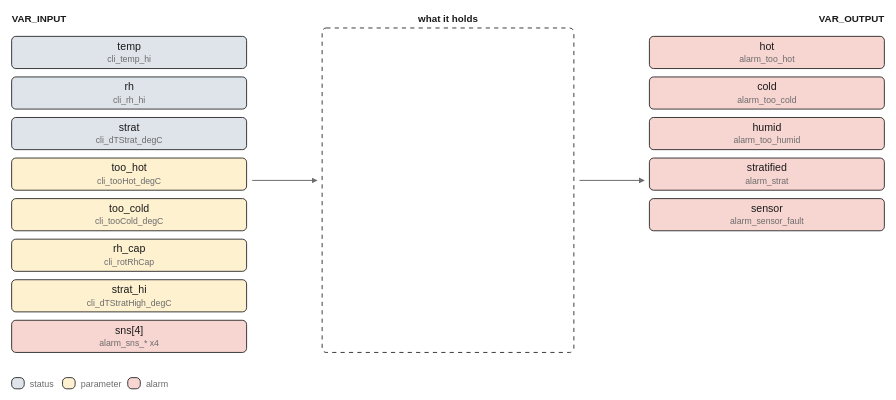
This is images/logic/climate_watch.drawio.svg from pstch/botanik2, a draw.io export, as it was before one commit. Source tidied: cells renumbered, new cells last; positions are measured from the earlier drawing's top-left corner, leaving out a move shared by most shapes. Its diagram source:
```xml
<mxGraphModel>
  <root>
    <mxCell id="0" />
    <mxCell id="1" parent="0" />
    <mxCell id="2" value="VAR_INPUT" style="text;html=1;fontSize=7;fontColor=#1a1a1a;align=left;fontStyle=1;" parent="1" vertex="1">
      <mxGeometry width="45" height="11" as="geometry" />
    </mxCell>
    <mxCell id="3" value="what it holds" style="text;html=1;fontSize=7;fontColor=#1a1a1a;align=center;fontStyle=1;" parent="1" vertex="1">
      <mxGeometry x="312" width="65" height="11" as="geometry" />
    </mxCell>
    <mxCell id="4" value="VAR_OUTPUT" style="text;html=1;fontSize=7;fontColor=#1a1a1a;align=left;fontStyle=1;" parent="1" vertex="1">
      <mxGeometry x="624" width="50" height="11" as="geometry" />
    </mxCell>
    <mxCell id="5" value="temp" style="rounded=1;fillColor=#dfe4ea;strokeColor=#1a1a1a;whiteSpace=wrap;html=1;fontSize=8;" parent="1" vertex="1">
      <mxGeometry y="17" width="168" height="23" as="geometry" />
    </mxCell>
    <mxCell id="6" value="rh" style="rounded=1;fillColor=#dfe4ea;strokeColor=#1a1a1a;whiteSpace=wrap;html=1;fontSize=8;" parent="1" vertex="1">
      <mxGeometry y="46" width="168" height="23" as="geometry" />
    </mxCell>
    <mxCell id="7" value="strat" style="rounded=1;fillColor=#dfe4ea;strokeColor=#1a1a1a;whiteSpace=wrap;html=1;fontSize=8;" parent="1" vertex="1">
      <mxGeometry y="75" width="168" height="23" as="geometry" />
    </mxCell>
    <mxCell id="8" value="too_hot" style="rounded=1;fillColor=#fdf1d0;strokeColor=#1a1a1a;whiteSpace=wrap;html=1;fontSize=8;" parent="1" vertex="1">
      <mxGeometry y="104" width="168" height="23" as="geometry" />
    </mxCell>
    <mxCell id="9" value="too_cold" style="rounded=1;fillColor=#fdf1d0;strokeColor=#1a1a1a;whiteSpace=wrap;html=1;fontSize=8;" parent="1" vertex="1">
      <mxGeometry y="133" width="168" height="23" as="geometry" />
    </mxCell>
    <mxCell id="10" value="rh_cap" style="rounded=1;fillColor=#fdf1d0;strokeColor=#1a1a1a;whiteSpace=wrap;html=1;fontSize=8;" parent="1" vertex="1">
      <mxGeometry y="162" width="168" height="23" as="geometry" />
    </mxCell>
    <mxCell id="11" value="strat_hi" style="rounded=1;fillColor=#fdf1d0;strokeColor=#1a1a1a;whiteSpace=wrap;html=1;fontSize=8;" parent="1" vertex="1">
      <mxGeometry y="191" width="168" height="23" as="geometry" />
    </mxCell>
    <mxCell id="12" value="sns[4]" style="rounded=1;fillColor=#f7d5d1;strokeColor=#1a1a1a;whiteSpace=wrap;html=1;fontSize=8;" parent="1" vertex="1">
      <mxGeometry y="220" width="168" height="23" as="geometry" />
    </mxCell>
    <mxCell id="13" value="hot" style="rounded=1;fillColor=#f7d5d1;strokeColor=#1a1a1a;whiteSpace=wrap;html=1;fontSize=8;" parent="1" vertex="1">
      <mxGeometry x="456" y="17" width="168" height="23" as="geometry" />
    </mxCell>
    <mxCell id="14" value="cold" style="rounded=1;fillColor=#f7d5d1;strokeColor=#1a1a1a;whiteSpace=wrap;html=1;fontSize=8;" parent="1" vertex="1">
      <mxGeometry x="456" y="46" width="168" height="23" as="geometry" />
    </mxCell>
    <mxCell id="15" value="humid" style="rounded=1;fillColor=#f7d5d1;strokeColor=#1a1a1a;whiteSpace=wrap;html=1;fontSize=8;" parent="1" vertex="1">
      <mxGeometry x="456" y="75" width="168" height="23" as="geometry" />
    </mxCell>
    <mxCell id="16" value="stratified" style="rounded=1;fillColor=#f7d5d1;strokeColor=#1a1a1a;whiteSpace=wrap;html=1;fontSize=8;" parent="1" vertex="1">
      <mxGeometry x="456" y="104" width="168" height="23" as="geometry" />
    </mxCell>
    <mxCell id="17" value="sensor" style="rounded=1;fillColor=#f7d5d1;strokeColor=#1a1a1a;whiteSpace=wrap;html=1;fontSize=8;" parent="1" vertex="1">
      <mxGeometry x="456" y="133" width="168" height="23" as="geometry" />
    </mxCell>
    <mxCell id="18" style="rounded=1;fillColor=#ffffff;strokeColor=#1a1a1a;whiteSpace=wrap;html=1;fontSize=8;dashed=1;" parent="1" vertex="1">
      <mxGeometry x="222" y="11" width="180" height="232" as="geometry" />
    </mxCell>
    <mxCell id="19" style="edgeStyle=none;html=1;strokeColor=#6b6b6b;endArrow=block;" parent="1" edge="1">
      <mxGeometry relative="1" as="geometry">
        <mxPoint x="172" y="120" as="sourcePoint" />
        <mxPoint x="218" y="120" as="targetPoint" />
      </mxGeometry>
    </mxCell>
    <mxCell id="20" style="edgeStyle=none;html=1;strokeColor=#6b6b6b;endArrow=block;" parent="1" edge="1">
      <mxGeometry relative="1" as="geometry">
        <mxPoint x="406" y="120" as="sourcePoint" />
        <mxPoint x="452" y="120" as="targetPoint" />
      </mxGeometry>
    </mxCell>
    <mxCell id="21" style="rounded=1;fillColor=#dfe4ea;strokeColor=#1a1a1a;whiteSpace=wrap;html=1;fontSize=8;" parent="1" vertex="1">
      <mxGeometry y="261" width="9" height="8" as="geometry" />
    </mxCell>
    <mxCell id="22" value="status" style="text;html=1;fontSize=6;fontColor=#6b6b6b;align=left;" parent="1" vertex="1">
      <mxGeometry x="13" y="261.6" width="40" height="10.4" as="geometry" />
    </mxCell>
    <mxCell id="23" style="rounded=1;fillColor=#fdf1d0;strokeColor=#1a1a1a;whiteSpace=wrap;html=1;fontSize=8;" parent="1" vertex="1">
      <mxGeometry x="36.4" y="261" width="9" height="8" as="geometry" />
    </mxCell>
    <mxCell id="24" value="parameter" style="text;html=1;fontSize=6;fontColor=#6b6b6b;align=left;" parent="1" vertex="1">
      <mxGeometry x="49.4" y="261.6" width="45" height="10.4" as="geometry" />
    </mxCell>
    <mxCell id="25" style="rounded=1;fillColor=#f7d5d1;strokeColor=#1a1a1a;whiteSpace=wrap;html=1;fontSize=8;" parent="1" vertex="1">
      <mxGeometry x="83" y="261" width="9" height="8" as="geometry" />
    </mxCell>
    <mxCell id="26" value="alarm" style="text;html=1;fontSize=6;fontColor=#6b6b6b;align=left;" parent="1" vertex="1">
      <mxGeometry x="96" y="261.6" width="40" height="10.4" as="geometry" />
    </mxCell>
  </root>
</mxGraphModel>
```
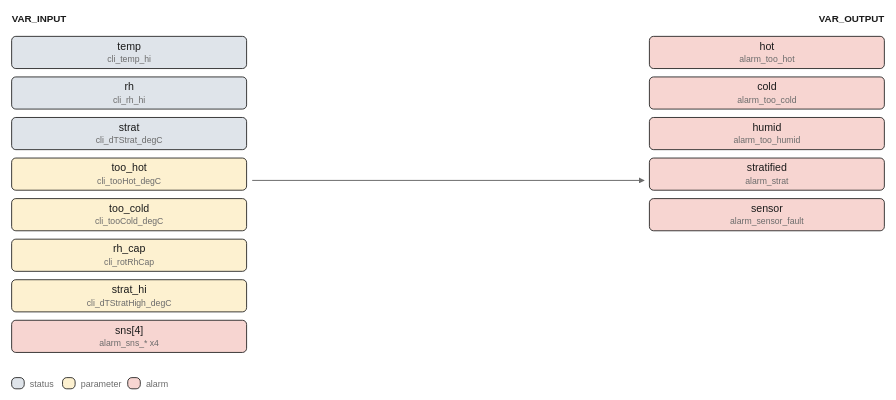
Later version of the same file.

The edit, as a diff of the source:
```diff
@@ -3,85 +3,73 @@
     <mxCell id="0" />
     <mxCell id="1" parent="0" />
     <mxCell id="2" value="VAR_INPUT" style="text;html=1;fontSize=7;fontColor=#1a1a1a;align=left;fontStyle=1;" parent="1" vertex="1">
-      <mxGeometry width="45" height="11" as="geometry" />
+      <mxGeometry y="-29" width="45" height="11" as="geometry" />
     </mxCell>
-    <mxCell id="3" value="what it holds" style="text;html=1;fontSize=7;fontColor=#1a1a1a;align=center;fontStyle=1;" parent="1" vertex="1">
-      <mxGeometry x="312" width="65" height="11" as="geometry" />
+    <mxCell id="3" value="VAR_OUTPUT" style="text;html=1;fontSize=7;fontColor=#1a1a1a;align=left;fontStyle=1;" parent="1" vertex="1">
+      <mxGeometry x="624" y="-29" width="50" height="11" as="geometry" />
     </mxCell>
-    <mxCell id="4" value="VAR_OUTPUT" style="text;html=1;fontSize=7;fontColor=#1a1a1a;align=left;fontStyle=1;" parent="1" vertex="1">
-      <mxGeometry x="624" width="50" height="11" as="geometry" />
+    <mxCell id="4" value="temp" style="rounded=1;fillColor=#dfe4ea;strokeColor=#1a1a1a;whiteSpace=wrap;html=1;fontSize=8;" parent="1" vertex="1">
+      <mxGeometry y="-12" width="168" height="23" as="geometry" />
     </mxCell>
-    <mxCell id="5" value="temp" style="rounded=1;fillColor=#dfe4ea;strokeColor=#1a1a1a;whiteSpace=wrap;html=1;fontSize=8;" parent="1" vertex="1">
+    <mxCell id="5" value="rh" style="rounded=1;fillColor=#dfe4ea;strokeColor=#1a1a1a;whiteSpace=wrap;html=1;fontSize=8;" parent="1" vertex="1">
       <mxGeometry y="17" width="168" height="23" as="geometry" />
     </mxCell>
-    <mxCell id="6" value="rh" style="rounded=1;fillColor=#dfe4ea;strokeColor=#1a1a1a;whiteSpace=wrap;html=1;fontSize=8;" parent="1" vertex="1">
+    <mxCell id="6" value="strat" style="rounded=1;fillColor=#dfe4ea;strokeColor=#1a1a1a;whiteSpace=wrap;html=1;fontSize=8;" parent="1" vertex="1">
       <mxGeometry y="46" width="168" height="23" as="geometry" />
     </mxCell>
-    <mxCell id="7" value="strat" style="rounded=1;fillColor=#dfe4ea;strokeColor=#1a1a1a;whiteSpace=wrap;html=1;fontSize=8;" parent="1" vertex="1">
+    <mxCell id="7" value="too_hot" style="rounded=1;fillColor=#fdf1d0;strokeColor=#1a1a1a;whiteSpace=wrap;html=1;fontSize=8;" parent="1" vertex="1">
       <mxGeometry y="75" width="168" height="23" as="geometry" />
     </mxCell>
-    <mxCell id="8" value="too_hot" style="rounded=1;fillColor=#fdf1d0;strokeColor=#1a1a1a;whiteSpace=wrap;html=1;fontSize=8;" parent="1" vertex="1">
+    <mxCell id="8" value="too_cold" style="rounded=1;fillColor=#fdf1d0;strokeColor=#1a1a1a;whiteSpace=wrap;html=1;fontSize=8;" parent="1" vertex="1">
       <mxGeometry y="104" width="168" height="23" as="geometry" />
     </mxCell>
-    <mxCell id="9" value="too_cold" style="rounded=1;fillColor=#fdf1d0;strokeColor=#1a1a1a;whiteSpace=wrap;html=1;fontSize=8;" parent="1" vertex="1">
+    <mxCell id="9" value="rh_cap" style="rounded=1;fillColor=#fdf1d0;strokeColor=#1a1a1a;whiteSpace=wrap;html=1;fontSize=8;" parent="1" vertex="1">
       <mxGeometry y="133" width="168" height="23" as="geometry" />
     </mxCell>
-    <mxCell id="10" value="rh_cap" style="rounded=1;fillColor=#fdf1d0;strokeColor=#1a1a1a;whiteSpace=wrap;html=1;fontSize=8;" parent="1" vertex="1">
+    <mxCell id="10" value="strat_hi" style="rounded=1;fillColor=#fdf1d0;strokeColor=#1a1a1a;whiteSpace=wrap;html=1;fontSize=8;" parent="1" vertex="1">
       <mxGeometry y="162" width="168" height="23" as="geometry" />
     </mxCell>
-    <mxCell id="11" value="strat_hi" style="rounded=1;fillColor=#fdf1d0;strokeColor=#1a1a1a;whiteSpace=wrap;html=1;fontSize=8;" parent="1" vertex="1">
+    <mxCell id="11" value="sns[4]" style="rounded=1;fillColor=#f7d5d1;strokeColor=#1a1a1a;whiteSpace=wrap;html=1;fontSize=8;" parent="1" vertex="1">
       <mxGeometry y="191" width="168" height="23" as="geometry" />
     </mxCell>
-    <mxCell id="12" value="sns[4]" style="rounded=1;fillColor=#f7d5d1;strokeColor=#1a1a1a;whiteSpace=wrap;html=1;fontSize=8;" parent="1" vertex="1">
-      <mxGeometry y="220" width="168" height="23" as="geometry" />
+    <mxCell id="12" value="hot" style="rounded=1;fillColor=#f7d5d1;strokeColor=#1a1a1a;whiteSpace=wrap;html=1;fontSize=8;" parent="1" vertex="1">
+      <mxGeometry x="456" y="-12" width="168" height="23" as="geometry" />
     </mxCell>
-    <mxCell id="13" value="hot" style="rounded=1;fillColor=#f7d5d1;strokeColor=#1a1a1a;whiteSpace=wrap;html=1;fontSize=8;" parent="1" vertex="1">
+    <mxCell id="13" value="cold" style="rounded=1;fillColor=#f7d5d1;strokeColor=#1a1a1a;whiteSpace=wrap;html=1;fontSize=8;" parent="1" vertex="1">
       <mxGeometry x="456" y="17" width="168" height="23" as="geometry" />
     </mxCell>
-    <mxCell id="14" value="cold" style="rounded=1;fillColor=#f7d5d1;strokeColor=#1a1a1a;whiteSpace=wrap;html=1;fontSize=8;" parent="1" vertex="1">
+    <mxCell id="14" value="humid" style="rounded=1;fillColor=#f7d5d1;strokeColor=#1a1a1a;whiteSpace=wrap;html=1;fontSize=8;" parent="1" vertex="1">
       <mxGeometry x="456" y="46" width="168" height="23" as="geometry" />
     </mxCell>
-    <mxCell id="15" value="humid" style="rounded=1;fillColor=#f7d5d1;strokeColor=#1a1a1a;whiteSpace=wrap;html=1;fontSize=8;" parent="1" vertex="1">
+    <mxCell id="15" value="stratified" style="rounded=1;fillColor=#f7d5d1;strokeColor=#1a1a1a;whiteSpace=wrap;html=1;fontSize=8;" parent="1" vertex="1">
       <mxGeometry x="456" y="75" width="168" height="23" as="geometry" />
     </mxCell>
-    <mxCell id="16" value="stratified" style="rounded=1;fillColor=#f7d5d1;strokeColor=#1a1a1a;whiteSpace=wrap;html=1;fontSize=8;" parent="1" vertex="1">
+    <mxCell id="16" value="sensor" style="rounded=1;fillColor=#f7d5d1;strokeColor=#1a1a1a;whiteSpace=wrap;html=1;fontSize=8;" parent="1" vertex="1">
       <mxGeometry x="456" y="104" width="168" height="23" as="geometry" />
     </mxCell>
-    <mxCell id="17" value="sensor" style="rounded=1;fillColor=#f7d5d1;strokeColor=#1a1a1a;whiteSpace=wrap;html=1;fontSize=8;" parent="1" vertex="1">
-      <mxGeometry x="456" y="133" width="168" height="23" as="geometry" />
-    </mxCell>
+    <mxCell id="27" style="edgeStyle=none;html=1;strokeColor=#6b6b6b;endArrow=block;" parent="1" edge="1">
+      <mxGeometry relative="1" as="geometry">
+        <mxPoint x="172" y="91" as="sourcePoint" />
+        <mxPoint x="452" y="91" as="targetPoint" />
+      </mxGeometry>
+    </mxCell>
-    <mxCell id="18" style="rounded=1;fillColor=#ffffff;strokeColor=#1a1a1a;whiteSpace=wrap;html=1;fontSize=8;dashed=1;" parent="1" vertex="1">
-      <mxGeometry x="222" y="11" width="180" height="232" as="geometry" />
+    <mxCell id="18" style="rounded=1;fillColor=#dfe4ea;strokeColor=#1a1a1a;whiteSpace=wrap;html=1;fontSize=8;" parent="1" vertex="1">
+      <mxGeometry y="232" width="9" height="8" as="geometry" />
     </mxCell>
-    <mxCell id="19" style="edgeStyle=none;html=1;strokeColor=#6b6b6b;endArrow=block;" parent="1" edge="1">
-      <mxGeometry relative="1" as="geometry">
-        <mxPoint x="172" y="120" as="sourcePoint" />
-        <mxPoint x="218" y="120" as="targetPoint" />
-      </mxGeometry>
-    </mxCell>
-    <mxCell id="20" style="edgeStyle=none;html=1;strokeColor=#6b6b6b;endArrow=block;" parent="1" edge="1">
-      <mxGeometry relative="1" as="geometry">
-        <mxPoint x="406" y="120" as="sourcePoint" />
-        <mxPoint x="452" y="120" as="targetPoint" />
-      </mxGeometry>
-    </mxCell>
+    <mxCell id="28" value="status" style="text;html=1;fontSize=6;fontColor=#6b6b6b;align=left;" parent="1" vertex="1">
+      <mxGeometry x="13" y="232.6" width="40" height="10.4" as="geometry" />
+    </mxCell>
+    <mxCell id="29" style="rounded=1;fillColor=#fdf1d0;strokeColor=#1a1a1a;whiteSpace=wrap;html=1;fontSize=8;" parent="1" vertex="1">
+      <mxGeometry x="36.4" y="232" width="9" height="8" as="geometry" />
+    </mxCell>
-    <mxCell id="21" style="rounded=1;fillColor=#dfe4ea;strokeColor=#1a1a1a;whiteSpace=wrap;html=1;fontSize=8;" parent="1" vertex="1">
-      <mxGeometry y="261" width="9" height="8" as="geometry" />
+    <mxCell id="21" value="parameter" style="text;html=1;fontSize=6;fontColor=#6b6b6b;align=left;" parent="1" vertex="1">
+      <mxGeometry x="49.4" y="232.6" width="45" height="10.4" as="geometry" />
     </mxCell>
-    <mxCell id="22" value="status" style="text;html=1;fontSize=6;fontColor=#6b6b6b;align=left;" parent="1" vertex="1">
-      <mxGeometry x="13" y="261.6" width="40" height="10.4" as="geometry" />
+    <mxCell id="22" style="rounded=1;fillColor=#f7d5d1;strokeColor=#1a1a1a;whiteSpace=wrap;html=1;fontSize=8;" parent="1" vertex="1">
+      <mxGeometry x="83" y="232" width="9" height="8" as="geometry" />
     </mxCell>
-    <mxCell id="23" style="rounded=1;fillColor=#fdf1d0;strokeColor=#1a1a1a;whiteSpace=wrap;html=1;fontSize=8;" parent="1" vertex="1">
-      <mxGeometry x="36.4" y="261" width="9" height="8" as="geometry" />
+    <mxCell id="23" value="alarm" style="text;html=1;fontSize=6;fontColor=#6b6b6b;align=left;" parent="1" vertex="1">
+      <mxGeometry x="96" y="232.6" width="40" height="10.4" as="geometry" />
     </mxCell>
-    <mxCell id="24" value="parameter" style="text;html=1;fontSize=6;fontColor=#6b6b6b;align=left;" parent="1" vertex="1">
-      <mxGeometry x="49.4" y="261.6" width="45" height="10.4" as="geometry" />
-    </mxCell>
-    <mxCell id="25" style="rounded=1;fillColor=#f7d5d1;strokeColor=#1a1a1a;whiteSpace=wrap;html=1;fontSize=8;" parent="1" vertex="1">
-      <mxGeometry x="83" y="261" width="9" height="8" as="geometry" />
-    </mxCell>
-    <mxCell id="26" value="alarm" style="text;html=1;fontSize=6;fontColor=#6b6b6b;align=left;" parent="1" vertex="1">
-      <mxGeometry x="96" y="261.6" width="40" height="10.4" as="geometry" />
-    </mxCell>
   </root>
 </mxGraphModel>
```
